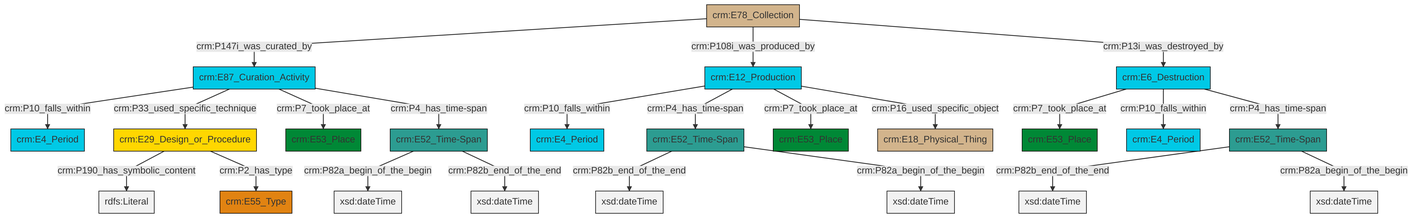
Earlier version of the Mermaid export et/archivalCSV/ttl/mmd/png/archival_existence.png (swiss-art-research-net/docs.swissartresearch). Its source is kept beside it as et/archivalCSV/ttl/mmd/archival_existence.ttl.mmd.
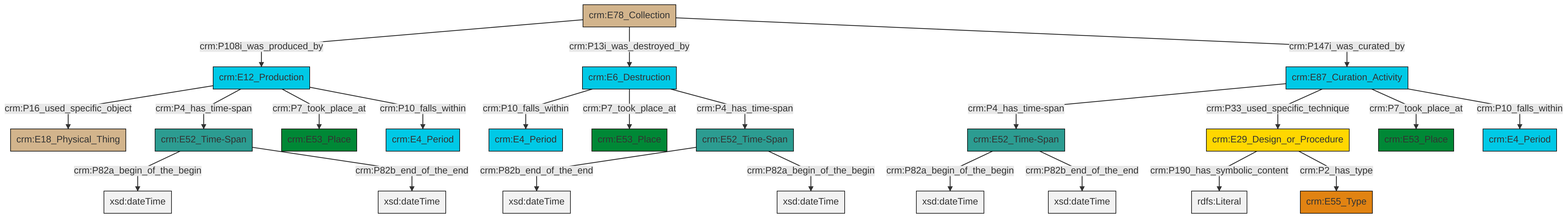
Above is the later version.

Diff of the diagram source:
```diff
@@ -13,25 +13,25 @@
 classDef PC_Classes fill:#4ce600, stroke:#000000;
 classDef Multi fill:#cccccc,stroke:#000000;
 
-0["crm:E6_Destruction"]:::Temporal_Entity -->|crm:P7_took_place_at| 1["crm:E53_Place"]:::Place
-6["crm:E78_Collection"]:::Physical_Thing -->|crm:P147i_was_curated_by| 7["crm:E87_Curation_Activity"]:::Temporal_Entity
-10["crm:E52_Time-Span"]:::Time-Span -->|crm:P82b_end_of_the_end| 11[xsd:dateTime]:::Literal
-10["crm:E52_Time-Span"]:::Time-Span -->|crm:P82a_begin_of_the_begin| 12[xsd:dateTime]:::Literal
-14["crm:E12_Production"]:::Temporal_Entity -->|crm:P10_falls_within| 8["crm:E4_Period"]:::Temporal_Entity
-16["crm:E29_Design_or_Procedure"]:::Conceptual_Object -->|crm:P190_has_symbolic_content| 17[rdfs:Literal]:::Literal
-7["crm:E87_Curation_Activity"]:::Temporal_Entity -->|crm:P10_falls_within| 18["crm:E4_Period"]:::Temporal_Entity
-7["crm:E87_Curation_Activity"]:::Temporal_Entity -->|crm:P33_used_specific_technique| 16["crm:E29_Design_or_Procedure"]:::Conceptual_Object
-19["crm:E52_Time-Span"]:::Time-Span -->|crm:P82b_end_of_the_end| 20[xsd:dateTime]:::Literal
-6["crm:E78_Collection"]:::Physical_Thing -->|crm:P108i_was_produced_by| 14["crm:E12_Production"]:::Temporal_Entity
-16["crm:E29_Design_or_Procedure"]:::Conceptual_Object -->|crm:P2_has_type| 26["crm:E55_Type"]:::Type
-0["crm:E6_Destruction"]:::Temporal_Entity -->|crm:P10_falls_within| 4["crm:E4_Period"]:::Temporal_Entity
-14["crm:E12_Production"]:::Temporal_Entity -->|crm:P4_has_time-span| 10["crm:E52_Time-Span"]:::Time-Span
-21["crm:E52_Time-Span"]:::Time-Span -->|crm:P82a_begin_of_the_begin| 28[xsd:dateTime]:::Literal
-21["crm:E52_Time-Span"]:::Time-Span -->|crm:P82b_end_of_the_end| 30[xsd:dateTime]:::Literal
-14["crm:E12_Production"]:::Temporal_Entity -->|crm:P7_took_place_at| 32["crm:E53_Place"]:::Place
-7["crm:E87_Curation_Activity"]:::Temporal_Entity -->|crm:P7_took_place_at| 2["crm:E53_Place"]:::Place
-7["crm:E87_Curation_Activity"]:::Temporal_Entity -->|crm:P4_has_time-span| 21["crm:E52_Time-Span"]:::Time-Span
-6["crm:E78_Collection"]:::Physical_Thing -->|crm:P13i_was_destroyed_by| 0["crm:E6_Destruction"]:::Temporal_Entity
-19["crm:E52_Time-Span"]:::Time-Span -->|crm:P82a_begin_of_the_begin| 35[xsd:dateTime]:::Literal
-14["crm:E12_Production"]:::Temporal_Entity -->|crm:P16_used_specific_object| 24["crm:E18_Physical_Thing"]:::Physical_Thing
-0["crm:E6_Destruction"]:::Temporal_Entity -->|crm:P4_has_time-span| 19["crm:E52_Time-Span"]:::Time-Span
+0["crm:E87_Curation_Activity"]:::Temporal_Entity -->|crm:P4_has_time-span| 1["crm:E52_Time-Span"]:::Time-Span
+2["crm:E78_Collection"]:::Physical_Thing -->|crm:P108i_was_produced_by| 3["crm:E12_Production"]:::Temporal_Entity
+3["crm:E12_Production"]:::Temporal_Entity -->|crm:P16_used_specific_object| 8["crm:E18_Physical_Thing"]:::Physical_Thing
+9["crm:E52_Time-Span"]:::Time-Span -->|crm:P82b_end_of_the_end| 10[xsd:dateTime]:::Literal
+4["crm:E29_Design_or_Procedure"]:::Conceptual_Object -->|crm:P190_has_symbolic_content| 14[rdfs:Literal]:::Literal
+9["crm:E52_Time-Span"]:::Time-Span -->|crm:P82a_begin_of_the_begin| 15[xsd:dateTime]:::Literal
+16["crm:E6_Destruction"]:::Temporal_Entity -->|crm:P10_falls_within| 17["crm:E4_Period"]:::Temporal_Entity
+3["crm:E12_Production"]:::Temporal_Entity -->|crm:P4_has_time-span| 18["crm:E52_Time-Span"]:::Time-Span
+18["crm:E52_Time-Span"]:::Time-Span -->|crm:P82a_begin_of_the_begin| 26[xsd:dateTime]:::Literal
+3["crm:E12_Production"]:::Temporal_Entity -->|crm:P7_took_place_at| 27["crm:E53_Place"]:::Place
+0["crm:E87_Curation_Activity"]:::Temporal_Entity -->|crm:P33_used_specific_technique| 4["crm:E29_Design_or_Procedure"]:::Conceptual_Object
+16["crm:E6_Destruction"]:::Temporal_Entity -->|crm:P7_took_place_at| 20["crm:E53_Place"]:::Place
+16["crm:E6_Destruction"]:::Temporal_Entity -->|crm:P4_has_time-span| 9["crm:E52_Time-Span"]:::Time-Span
+3["crm:E12_Production"]:::Temporal_Entity -->|crm:P10_falls_within| 22["crm:E4_Period"]:::Temporal_Entity
+1["crm:E52_Time-Span"]:::Time-Span -->|crm:P82a_begin_of_the_begin| 29[xsd:dateTime]:::Literal
+18["crm:E52_Time-Span"]:::Time-Span -->|crm:P82b_end_of_the_end| 31[xsd:dateTime]:::Literal
+2["crm:E78_Collection"]:::Physical_Thing -->|crm:P13i_was_destroyed_by| 16["crm:E6_Destruction"]:::Temporal_Entity
+0["crm:E87_Curation_Activity"]:::Temporal_Entity -->|crm:P7_took_place_at| 12["crm:E53_Place"]:::Place
+0["crm:E87_Curation_Activity"]:::Temporal_Entity -->|crm:P10_falls_within| 33["crm:E4_Period"]:::Temporal_Entity
+1["crm:E52_Time-Span"]:::Time-Span -->|crm:P82b_end_of_the_end| 36[xsd:dateTime]:::Literal
+4["crm:E29_Design_or_Procedure"]:::Conceptual_Object -->|crm:P2_has_type| 6["crm:E55_Type"]:::Type
+2["crm:E78_Collection"]:::Physical_Thing -->|crm:P147i_was_curated_by| 0["crm:E87_Curation_Activity"]:::Temporal_Entity
```
